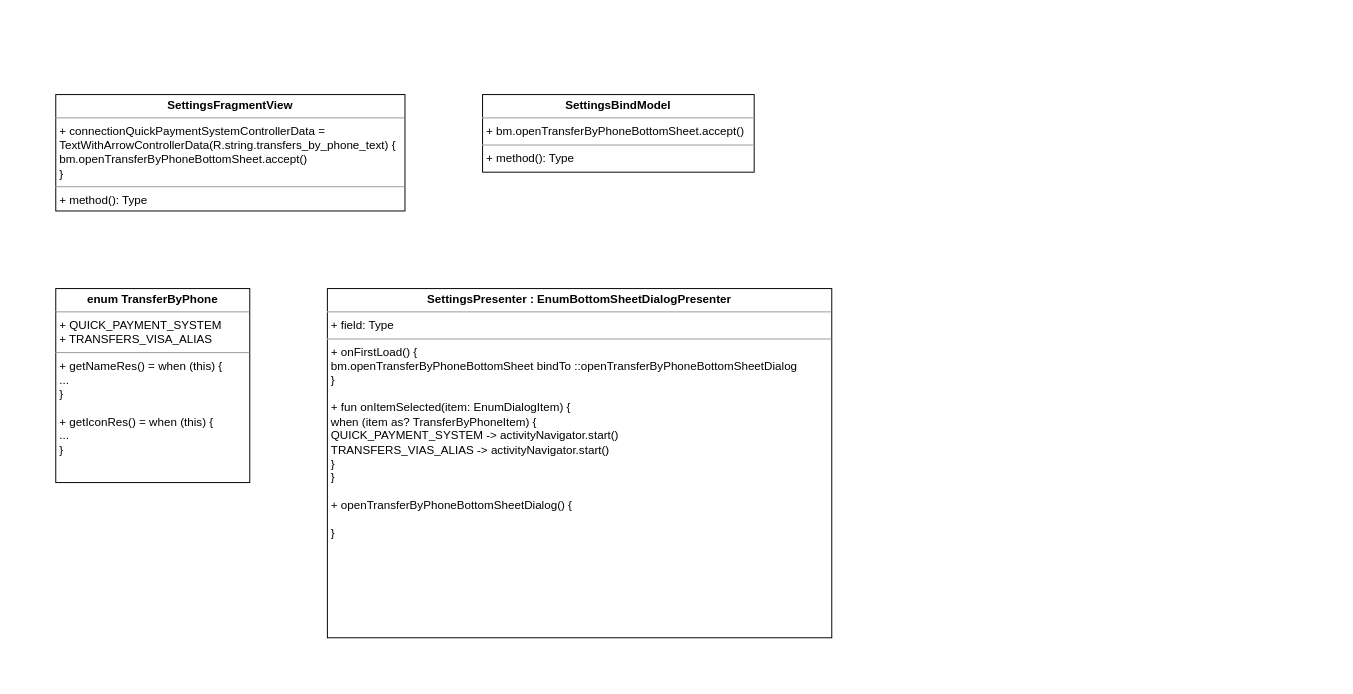
Earlier version of the draw.io diagram UNI-15260.drawio (ShiryaevNikolay/diagrams). Source tidied: cells renumbered, new cells numbered last; positions are measured from the earlier drawing's top-left corner, leaving out a move shared by most shapes. Both pictures are drawn from the tidied source at 97%, with x=0, y=0 at pixel (55, 94).
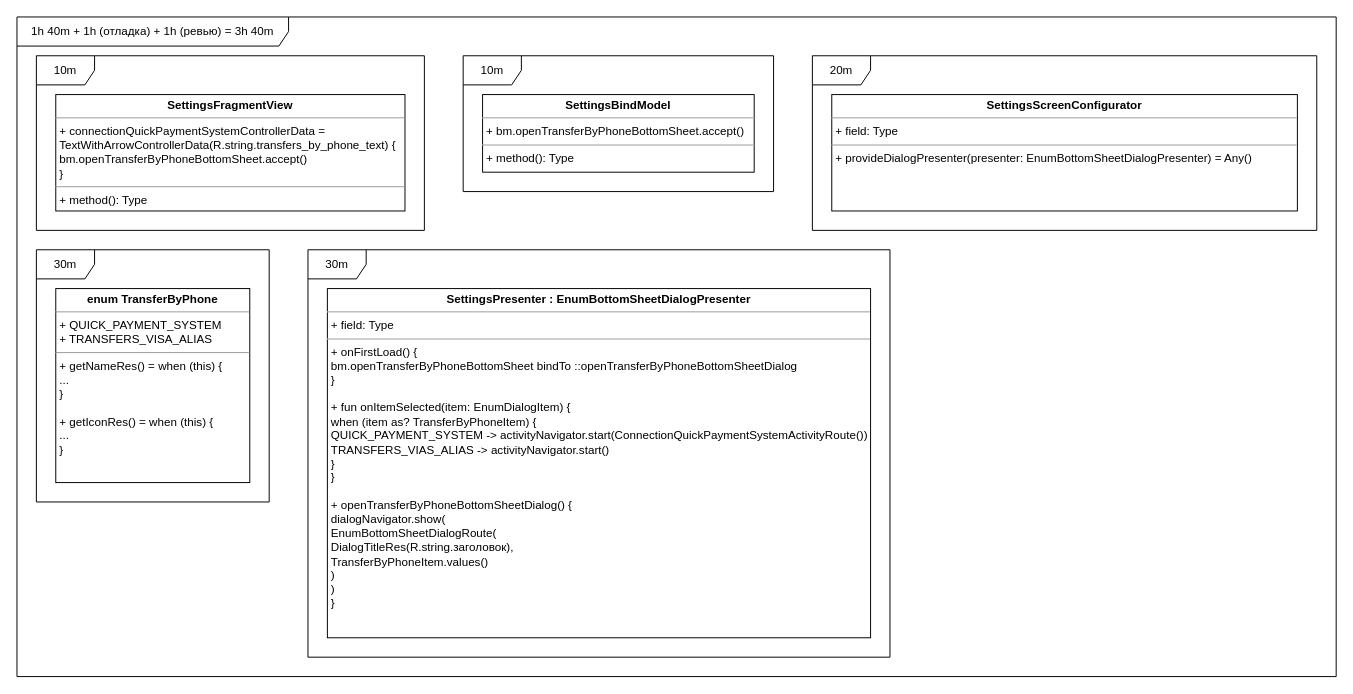
Above is the later version.

Diff of the diagram source:
```diff
@@
 <mxGraphModel>
   <root>
     <mxCell id="0" />
     <mxCell id="1" parent="0" />
     <mxCell id="2" value="&lt;p style=&quot;margin: 0px ; margin-top: 4px ; text-align: center&quot;&gt;&lt;b&gt;SettingsFragmentView&lt;/b&gt;&lt;/p&gt;&lt;hr size=&quot;1&quot;&gt;&lt;p style=&quot;margin: 0px ; margin-left: 4px&quot;&gt;+ connectionQuickPaymentSystemControllerData =&lt;/p&gt;&lt;p style=&quot;margin: 0px ; margin-left: 4px&quot;&gt;TextWithArrowControllerData(R.string.transfers_by_phone_text) { &lt;br&gt;&lt;/p&gt;&lt;p style=&quot;margin: 0px ; margin-left: 4px&quot;&gt;bm.openTransferByPhoneBottomSheet.accept()&lt;br&gt;&lt;/p&gt;&lt;p style=&quot;margin: 0px ; margin-left: 4px&quot;&gt;}&lt;br&gt;&lt;/p&gt;&lt;hr size=&quot;1&quot;&gt;&lt;p style=&quot;margin: 0px ; margin-left: 4px&quot;&gt;+ method(): Type&lt;/p&gt;" style="verticalAlign=top;align=left;overflow=fill;fontSize=12;fontFamily=Helvetica;html=1;" parent="1" vertex="1">
       <mxGeometry width="360" height="120" as="geometry" />
     </mxCell>
     <mxCell id="3" value="&lt;p style=&quot;margin: 0px ; margin-top: 4px ; text-align: center&quot;&gt;&lt;b&gt;SettingsBindModel&lt;/b&gt;&lt;/p&gt;&lt;hr size=&quot;1&quot;&gt;&lt;p style=&quot;margin: 0px ; margin-left: 4px&quot;&gt;+ bm.openTransferByPhoneBottomSheet.accept()&lt;/p&gt;&lt;hr size=&quot;1&quot;&gt;&lt;p style=&quot;margin: 0px ; margin-left: 4px&quot;&gt;+ method(): Type&lt;/p&gt;" style="verticalAlign=top;align=left;overflow=fill;fontSize=12;fontFamily=Helvetica;html=1;" parent="1" vertex="1">
       <mxGeometry x="440" width="280" height="80" as="geometry" />
     </mxCell>
     <mxCell id="4" value="&lt;p style=&quot;margin: 0px ; margin-top: 4px ; text-align: center&quot;&gt;&lt;b&gt;enum TransferByPhone&lt;/b&gt;&lt;/p&gt;&lt;hr size=&quot;1&quot;&gt;&lt;p style=&quot;margin: 0px ; margin-left: 4px&quot;&gt;+ QUICK_PAYMENT_SYSTEM&lt;/p&gt;&lt;p style=&quot;margin: 0px ; margin-left: 4px&quot;&gt;+ TRANSFERS_VISA_ALIAS&lt;br&gt;&lt;/p&gt;&lt;hr size=&quot;1&quot;&gt;&lt;p style=&quot;margin: 0px ; margin-left: 4px&quot;&gt;+ getNameRes() = when (this) {&lt;/p&gt;&lt;p style=&quot;margin: 0px ; margin-left: 4px&quot;&gt;...&lt;br&gt;&lt;/p&gt;&lt;p style=&quot;margin: 0px ; margin-left: 4px&quot;&gt;}&lt;/p&gt;&lt;p style=&quot;margin: 0px ; margin-left: 4px&quot;&gt;&lt;br&gt;&lt;/p&gt;&lt;p style=&quot;margin: 0px ; margin-left: 4px&quot;&gt;+ getIconRes() = when (this) {&lt;/p&gt;&lt;p style=&quot;margin: 0px ; margin-left: 4px&quot;&gt;...&lt;br&gt;&lt;/p&gt;&lt;p style=&quot;margin: 0px ; margin-left: 4px&quot;&gt;}&lt;br&gt;&lt;/p&gt;" style="verticalAlign=top;align=left;overflow=fill;fontSize=12;fontFamily=Helvetica;html=1;" parent="1" vertex="1">
       <mxGeometry y="200" width="200" height="200" as="geometry" />
     </mxCell>
-    <mxCell id="5" value="&lt;p style=&quot;margin: 0px ; margin-top: 4px ; text-align: center&quot;&gt;&lt;b&gt;SettingsPresenter : EnumBottomSheetDialogPresenter&lt;br&gt;&lt;/b&gt;&lt;/p&gt;&lt;hr size=&quot;1&quot;&gt;&lt;p style=&quot;margin: 0px ; margin-left: 4px&quot;&gt;+ field: Type&lt;/p&gt;&lt;hr size=&quot;1&quot;&gt;&lt;p style=&quot;margin: 0px ; margin-left: 4px&quot;&gt;+ onFirstLoad() {&lt;/p&gt;&lt;p style=&quot;margin: 0px ; margin-left: 4px&quot;&gt;bm.openTransferByPhoneBottomSheet bindTo ::openTransferByPhoneBottomSheetDialog&lt;br&gt;&lt;/p&gt;&lt;p style=&quot;margin: 0px ; margin-left: 4px&quot;&gt;}&lt;br&gt;&lt;/p&gt;&lt;p style=&quot;margin: 0px ; margin-left: 4px&quot;&gt;&lt;br&gt;&lt;/p&gt;&lt;p style=&quot;margin: 0px ; margin-left: 4px&quot;&gt;+ fun onItemSelected(item: EnumDialogItem) {&lt;/p&gt;&lt;p style=&quot;margin: 0px ; margin-left: 4px&quot;&gt;when (item as? TransferByPhoneItem) {&lt;/p&gt;&lt;p style=&quot;margin: 0px ; margin-left: 4px&quot;&gt;QUICK_PAYMENT_SYSTEM -&amp;gt; activityNavigator.start()&lt;/p&gt;&lt;p style=&quot;margin: 0px ; margin-left: 4px&quot;&gt;TRANSFERS_VIAS_ALIAS -&amp;gt; activityNavigator.start()&lt;br&gt;&lt;/p&gt;&lt;p style=&quot;margin: 0px ; margin-left: 4px&quot;&gt;}&lt;br&gt;&lt;/p&gt;&lt;p style=&quot;margin: 0px ; margin-left: 4px&quot;&gt;}&lt;/p&gt;&lt;p style=&quot;margin: 0px ; margin-left: 4px&quot;&gt;&lt;br&gt;&lt;/p&gt;&lt;p style=&quot;margin: 0px ; margin-left: 4px&quot;&gt;+ openTransferByPhoneBottomSheetDialog() {&lt;/p&gt;&lt;p style=&quot;margin: 0px ; margin-left: 4px&quot;&gt;&lt;br&gt;&lt;/p&gt;&lt;p style=&quot;margin: 0px ; margin-left: 4px&quot;&gt;}&lt;br&gt;&lt;/p&gt;" style="verticalAlign=top;align=left;overflow=fill;fontSize=12;fontFamily=Helvetica;html=1;" parent="1" vertex="1">
-      <mxGeometry x="280" y="200" width="520" height="360" as="geometry" />
+    <mxCell id="5" value="&lt;p style=&quot;margin: 0px ; margin-top: 4px ; text-align: center&quot;&gt;&lt;b&gt;SettingsPresenter : EnumBottomSheetDialogPresenter&lt;br&gt;&lt;/b&gt;&lt;/p&gt;&lt;hr size=&quot;1&quot;&gt;&lt;p style=&quot;margin: 0px ; margin-left: 4px&quot;&gt;+ field: Type&lt;/p&gt;&lt;hr size=&quot;1&quot;&gt;&lt;p style=&quot;margin: 0px ; margin-left: 4px&quot;&gt;+ onFirstLoad() {&lt;/p&gt;&lt;p style=&quot;margin: 0px ; margin-left: 4px&quot;&gt;bm.openTransferByPhoneBottomSheet bindTo ::openTransferByPhoneBottomSheetDialog&lt;br&gt;&lt;/p&gt;&lt;p style=&quot;margin: 0px ; margin-left: 4px&quot;&gt;}&lt;br&gt;&lt;/p&gt;&lt;p style=&quot;margin: 0px ; margin-left: 4px&quot;&gt;&lt;br&gt;&lt;/p&gt;&lt;p style=&quot;margin: 0px ; margin-left: 4px&quot;&gt;+ fun onItemSelected(item: EnumDialogItem) {&lt;/p&gt;&lt;p style=&quot;margin: 0px ; margin-left: 4px&quot;&gt;when (item as? TransferByPhoneItem) {&lt;/p&gt;&lt;p style=&quot;margin: 0px ; margin-left: 4px&quot;&gt;QUICK_PAYMENT_SYSTEM -&amp;gt; activityNavigator.start(ConnectionQuickPaymentSystemActivityRoute())&lt;/p&gt;&lt;p style=&quot;margin: 0px ; margin-left: 4px&quot;&gt;TRANSFERS_VIAS_ALIAS -&amp;gt; activityNavigator.start()&lt;br&gt;&lt;/p&gt;&lt;p style=&quot;margin: 0px ; margin-left: 4px&quot;&gt;}&lt;br&gt;&lt;/p&gt;&lt;p style=&quot;margin: 0px ; margin-left: 4px&quot;&gt;}&lt;/p&gt;&lt;p style=&quot;margin: 0px ; margin-left: 4px&quot;&gt;&lt;br&gt;&lt;/p&gt;&lt;p style=&quot;margin: 0px ; margin-left: 4px&quot;&gt;+ openTransferByPhoneBottomSheetDialog() {&lt;/p&gt;&lt;p style=&quot;margin: 0px ; margin-left: 4px&quot;&gt;dialogNavigator.show(&lt;/p&gt;&lt;p style=&quot;margin: 0px ; margin-left: 4px&quot;&gt;EnumBottomSheetDialogRoute(&lt;/p&gt;&lt;p style=&quot;margin: 0px ; margin-left: 4px&quot;&gt;DialogTitleRes(R.string.заголовок),&lt;/p&gt;&lt;p style=&quot;margin: 0px ; margin-left: 4px&quot;&gt;TransferByPhoneItem.values()&lt;br&gt;&lt;/p&gt;&lt;p style=&quot;margin: 0px ; margin-left: 4px&quot;&gt;)&lt;br&gt;&lt;/p&gt;&lt;p style=&quot;margin: 0px ; margin-left: 4px&quot;&gt;)&lt;/p&gt;&lt;p style=&quot;margin: 0px ; margin-left: 4px&quot;&gt;}&lt;br&gt;&lt;/p&gt;" style="verticalAlign=top;align=left;overflow=fill;fontSize=12;fontFamily=Helvetica;html=1;" parent="1" vertex="1">
+      <mxGeometry x="280" y="200" width="560" height="360" as="geometry" />
     </mxCell>
+    <mxCell id="6" value="&lt;p style=&quot;margin: 0px ; margin-top: 4px ; text-align: center&quot;&gt;&lt;b&gt;SettingsScreenConfigurator&lt;/b&gt;&lt;/p&gt;&lt;hr size=&quot;1&quot;&gt;&lt;p style=&quot;margin: 0px ; margin-left: 4px&quot;&gt;+ field: Type&lt;/p&gt;&lt;hr size=&quot;1&quot;&gt;&lt;p style=&quot;margin: 0px ; margin-left: 4px&quot;&gt;+ provideDialogPresenter(presenter: EnumBottomSheetDialogPresenter) = Any()&lt;br&gt;&lt;/p&gt;" style="verticalAlign=top;align=left;overflow=fill;fontSize=12;fontFamily=Helvetica;html=1;" parent="1" vertex="1">
+      <mxGeometry x="800" width="480" height="120" as="geometry" />
+    </mxCell>
+    <mxCell id="7" value="10m" style="shape=umlFrame;whiteSpace=wrap;html=1;" parent="1" vertex="1">
+      <mxGeometry x="-20" y="-40" width="400" height="180" as="geometry" />
+    </mxCell>
+    <mxCell id="8" value="10m" style="shape=umlFrame;whiteSpace=wrap;html=1;" parent="1" vertex="1">
+      <mxGeometry x="420" y="-40" width="320" height="140" as="geometry" />
+    </mxCell>
+    <mxCell id="9" value="20m" style="shape=umlFrame;whiteSpace=wrap;html=1;" parent="1" vertex="1">
+      <mxGeometry x="780" y="-40" width="520" height="180" as="geometry" />
+    </mxCell>
+    <mxCell id="10" value="30m" style="shape=umlFrame;whiteSpace=wrap;html=1;" parent="1" vertex="1">
+      <mxGeometry x="-20" y="160" width="240" height="260" as="geometry" />
+    </mxCell>
+    <mxCell id="11" value="30m" style="shape=umlFrame;whiteSpace=wrap;html=1;" parent="1" vertex="1">
+      <mxGeometry x="260" y="160" width="600" height="420" as="geometry" />
+    </mxCell>
+    <mxCell id="12" value="1h 40m + 1h (отладка) + 1h (ревью) = 3h 40m" style="shape=umlFrame;whiteSpace=wrap;html=1;width=280;height=30;" parent="1" vertex="1">
+      <mxGeometry x="-40" y="-80" width="1360" height="680" as="geometry" />
+    </mxCell>
   </root>
 </mxGraphModel>
```
